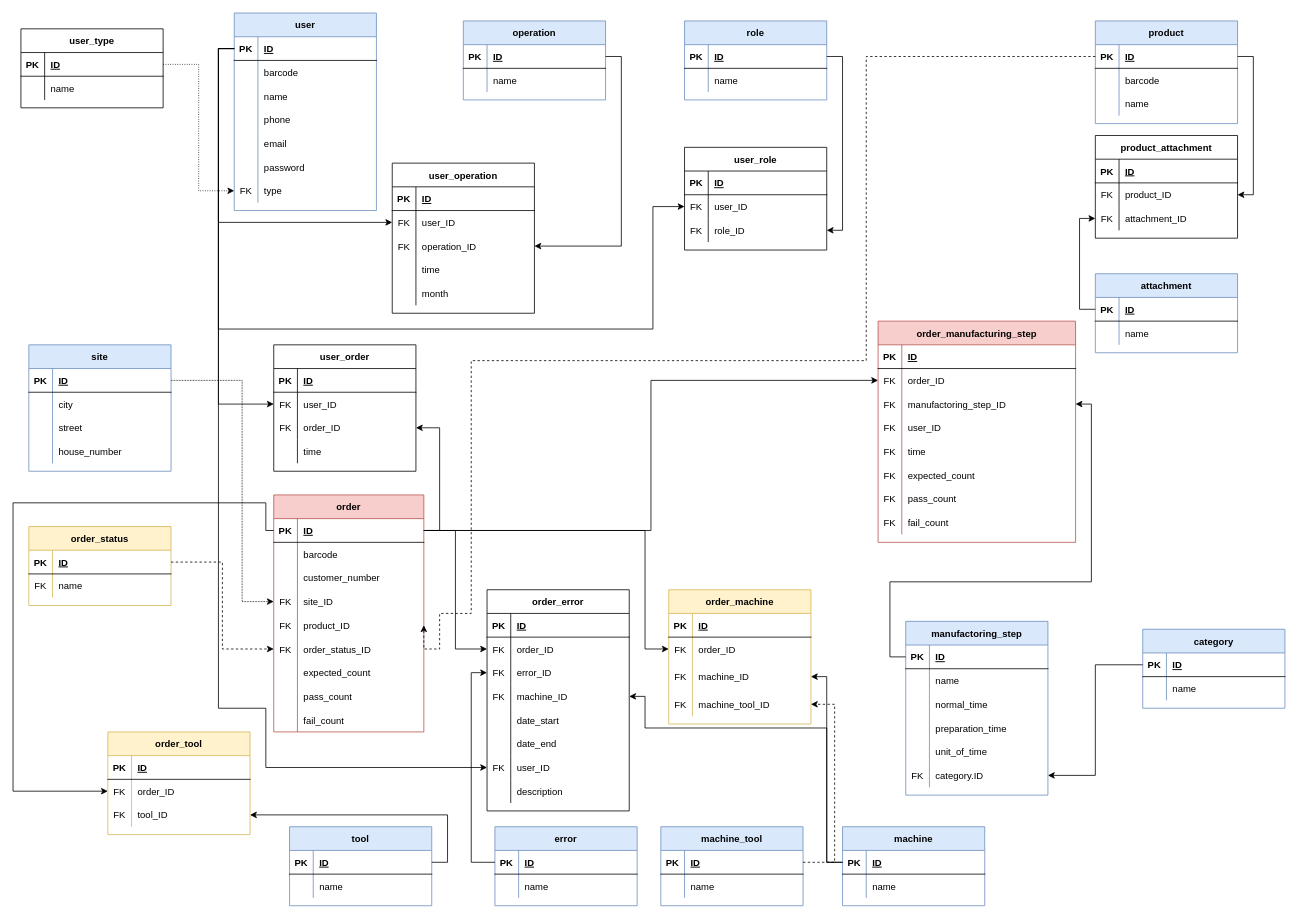
Before: DOC/diagrams/database_plan_2_0_0.drawio in KerteszZoltan/mesterminal, a draw.io diagram. Source tidied: cells renumbered, new cells numbered last; positions are measured from the earlier drawing's top-left corner, leaving out a move shared by most shapes. Both pictures are drawn from the tidied source at 79%, with x=0, y=0 at pixel (13, 13).
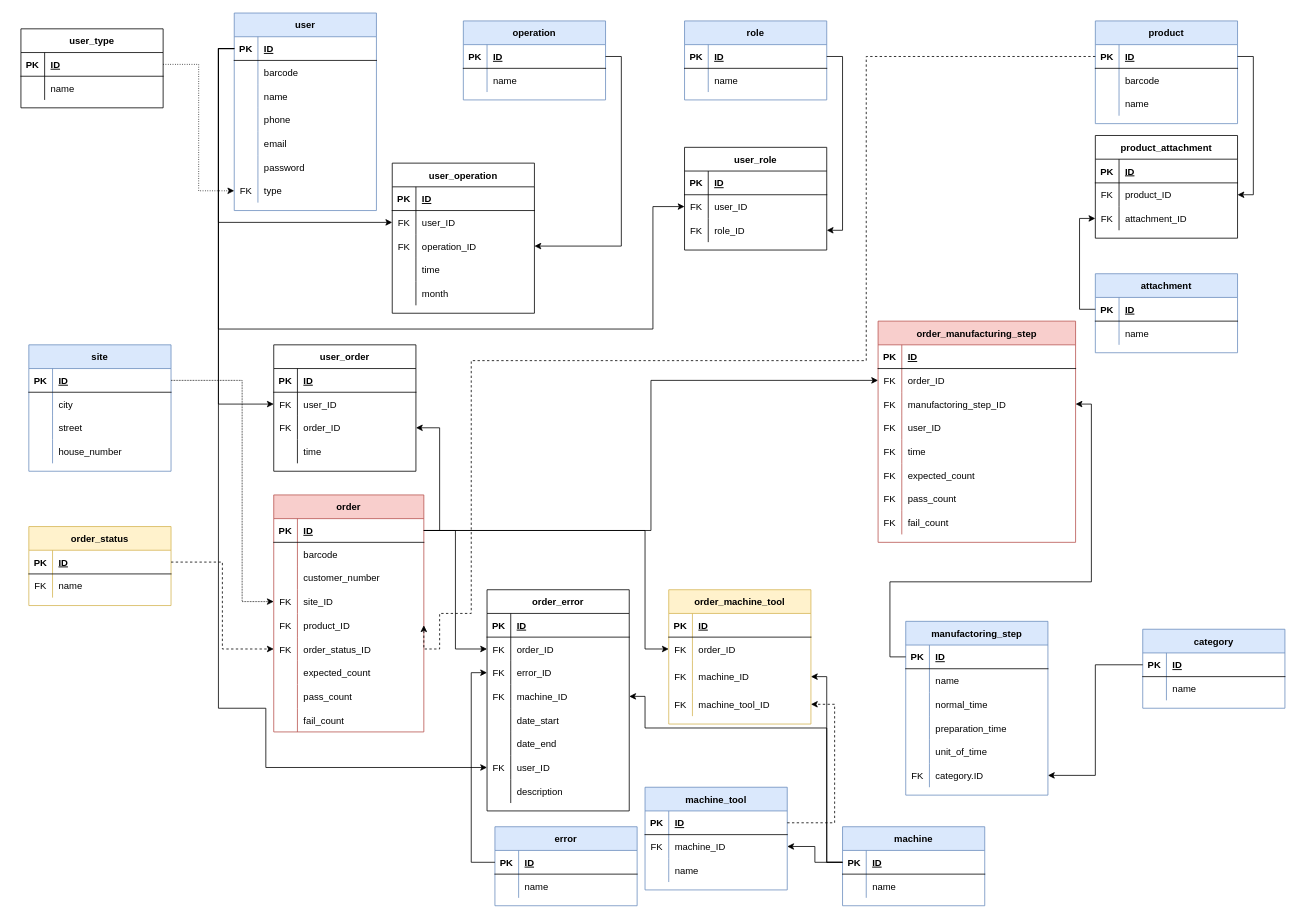
The same page after the edit.

Commit message:
order_machine_tool,  tool-> machine_tool

Unchanged cells that the change refers to:
```xml
<mxCell id="69" style="shape=partialRectangle;fillColor=none;top=0;left=0;bottom=1;right=0;points=[[0,0.5],[1,0.5]];portConstraint=eastwest;" parent="68" vertex="1">
  <mxGeometry y="30" width="190" height="30" as="geometry" />
</mxCell>
<mxCell id="165" style="shape=partialRectangle;fillColor=none;top=0;left=0;bottom=1;right=0;points=[[0,0.5],[1,0.5]];portConstraint=eastwest;" parent="164" vertex="1">
  <mxGeometry y="30" width="180" height="30" as="geometry" />
</mxCell>
<mxCell id="181" style="shape=partialRectangle;fillColor=none;top=0;left=0;bottom=0;right=0;points=[[0,0.5],[1,0.5]];portConstraint=eastwest;" parent="171" vertex="1">
  <mxGeometry y="130" width="180" height="30" as="geometry" />
</mxCell>
<mxCell id="292" style="shape=partialRectangle;fillColor=none;top=0;left=0;bottom=1;right=0;points=[[0,0.5],[1,0.5]];portConstraint=eastwest;" parent="291" vertex="1">
  <mxGeometry y="30" width="180" height="30" as="geometry" />
</mxCell>
<mxCell id="295" style="shape=partialRectangle;fillColor=none;top=0;left=0;bottom=0;right=0;points=[[0,0.5],[1,0.5]];portConstraint=eastwest;" parent="291" vertex="1">
  <mxGeometry y="60" width="180" height="30" as="geometry" />
</mxCell>
```

Change to the diagram source:
```diff
@@
-    <mxCell id="111" value="tool" style="shape=table;startSize=30;childLayout=tableLayout;rowLines=0;fontStyle=1;align=center;fillColor=#dae8fc;strokeColor=#6c8ebf;" parent="1" vertex="1">
-      <mxGeometry x="350" y="1030" width="180" height="100" as="geometry" />
-    </mxCell>
-    <mxCell id="112" style="shape=partialRectangle;fillColor=none;top=0;left=0;bottom=1;right=0;points=[[0,0.5],[1,0.5]];portConstraint=eastwest;" parent="111" vertex="1">
-      <mxGeometry y="30" width="180" height="30" as="geometry" />
-    </mxCell>
-    <mxCell id="113" value="PK" style="shape=partialRectangle;fillColor=none;top=0;left=0;bottom=0;right=0;fontStyle=1;overflow=hidden;" parent="112" vertex="1">
-      <mxGeometry width="30" height="30" as="geometry" />
-    </mxCell>
-    <mxCell id="114" value="ID" style="shape=partialRectangle;fillColor=none;top=0;left=0;bottom=0;right=0;align=left;spacingLeft=6;fontStyle=5;overflow=hidden;" parent="112" vertex="1">
-      <mxGeometry x="30" width="150" height="30" as="geometry" />
-    </mxCell>
-    <mxCell id="115" style="shape=partialRectangle;fillColor=none;top=0;left=0;bottom=0;right=0;" parent="111" vertex="1">
-      <mxGeometry y="60" width="180" height="30" as="geometry" />
-    </mxCell>
-    <mxCell id="116" style="shape=partialRectangle;fillColor=none;top=0;left=0;bottom=0;right=0;overflow=hidden;" parent="115" vertex="1">
-      <mxGeometry width="30" height="30" as="geometry" />
-    </mxCell>
-    <mxCell id="117" value="name" style="shape=partialRectangle;fillColor=none;top=0;left=0;bottom=0;right=0;align=left;spacingLeft=6;overflow=hidden;" parent="115" vertex="1">
-      <mxGeometry x="30" width="150" height="30" as="geometry" />
-    </mxCell>
-    <mxCell id="118" value="order_tool" style="shape=table;startSize=30;childLayout=tableLayout;rowLines=0;fontStyle=1;align=center;fillColor=#fff2cc;strokeColor=#d6b656;" parent="1" vertex="1">
-      <mxGeometry x="120" y="910" width="180" height="130" as="geometry" />
-    </mxCell>
-    <mxCell id="119" style="shape=partialRectangle;fillColor=none;top=0;left=0;bottom=1;right=0;" parent="118" vertex="1">
-      <mxGeometry y="30" width="180" height="30" as="geometry" />
-    </mxCell>
-    <mxCell id="120" value="PK" style="shape=partialRectangle;fillColor=none;top=0;left=0;bottom=0;right=0;fontStyle=1;overflow=hidden;" parent="119" vertex="1">
-      <mxGeometry width="30" height="30" as="geometry" />
-    </mxCell>
-    <mxCell id="121" value="ID" style="shape=partialRectangle;fillColor=none;top=0;left=0;bottom=0;right=0;align=left;spacingLeft=6;fontStyle=5;overflow=hidden;" parent="119" vertex="1">
-      <mxGeometry x="30" width="150" height="30" as="geometry" />
-    </mxCell>
-    <mxCell id="122" style="shape=partialRectangle;fillColor=none;top=0;left=0;bottom=0;right=0;points=[[0,0.5],[1,0.5]];portConstraint=eastwest;" parent="118" vertex="1">
-      <mxGeometry y="60" width="180" height="30" as="geometry" />
-    </mxCell>
-    <mxCell id="123" value="FK" style="shape=partialRectangle;fillColor=none;top=0;left=0;bottom=0;right=0;overflow=hidden;" parent="122" vertex="1">
-      <mxGeometry width="30" height="30" as="geometry" />
-    </mxCell>
-    <mxCell id="124" value="order_ID" style="shape=partialRectangle;fillColor=none;top=0;left=0;bottom=0;right=0;align=left;spacingLeft=6;overflow=hidden;" parent="122" vertex="1">
-      <mxGeometry x="30" width="150" height="30" as="geometry" />
-    </mxCell>
-    <mxCell id="125" style="shape=partialRectangle;fillColor=none;top=0;left=0;bottom=0;right=0;points=[[0,0.5],[1,0.5]];portConstraint=eastwest;" parent="118" vertex="1">
-      <mxGeometry y="90" width="180" height="30" as="geometry" />
-    </mxCell>
-    <mxCell id="126" value="FK" style="shape=partialRectangle;fillColor=none;top=0;left=0;bottom=0;right=0;overflow=hidden;" parent="125" vertex="1">
-      <mxGeometry width="30" height="30" as="geometry" />
-    </mxCell>
-    <mxCell id="127" value="tool_ID" style="shape=partialRectangle;fillColor=none;top=0;left=0;bottom=0;right=0;align=left;spacingLeft=6;overflow=hidden;" parent="125" vertex="1">
-      <mxGeometry x="30" width="150" height="30" as="geometry" />
-    </mxCell>
-    <mxCell id="128" style="edgeStyle=orthogonalEdgeStyle;rounded=0;jettySize=auto;html=1;exitX=0;exitY=0.5;exitDx=0;exitDy=0;entryX=0;entryY=0.5;entryDx=0;entryDy=0;" parent="1" edge="1" source="69" target="122">
-      <mxGeometry relative="1" as="geometry">
-        <Array as="points">
-          <mxPoint x="320" y="655" />
-          <mxPoint x="320" y="620" />
-          <mxPoint y="620" />
-          <mxPoint y="985" />
-        </Array>
-      </mxGeometry>
-    </mxCell>
-    <mxCell id="129" style="edgeStyle=orthogonalEdgeStyle;rounded=0;jettySize=auto;html=1;exitX=1;exitY=0.5;exitDx=0;exitDy=0;entryX=1;entryY=0.5;entryDx=0;entryDy=0;" parent="1" edge="1" source="112" target="125">
-      <mxGeometry relative="1" as="geometry" />
-    </mxCell>
@@
-    <mxCell id="171" value="order_machine" style="shape=table;startSize=30;childLayout=tableLayout;rowLines=0;fontStyle=1;align=center;fillColor=#fff2cc;strokeColor=#d6b656;" parent="1" vertex="1">
+    <mxCell id="171" value="order_machine_tool" style="shape=table;startSize=30;childLayout=tableLayout;rowLines=0;fontStyle=1;align=center;fillColor=#fff2cc;strokeColor=#d6b656;" parent="1" vertex="1">
       <mxGeometry x="830" y="730" width="180" height="170" as="geometry" />
     </mxCell>
@@
     <mxCell id="291" value="machine_tool" style="shape=table;startSize=30;childLayout=tableLayout;rowLines=0;fontStyle=1;align=center;fillColor=#dae8fc;strokeColor=#6c8ebf;" parent="1" vertex="1">
-      <mxGeometry x="820" y="1030" width="180" height="100" as="geometry" />
+      <mxGeometry x="800" y="980" width="180" height="130" as="geometry" />
     </mxCell>
@@
-    <mxCell id="296" style="shape=partialRectangle;fillColor=none;top=0;left=0;bottom=0;right=0;overflow=hidden;" parent="295" vertex="1">
+    <mxCell id="296" value="FK" style="shape=partialRectangle;fillColor=none;top=0;left=0;bottom=0;right=0;overflow=hidden;" parent="295" vertex="1">
       <mxGeometry width="30" height="30" as="geometry" />
     </mxCell>
-    <mxCell id="297" value="name" style="shape=partialRectangle;fillColor=none;top=0;left=0;bottom=0;right=0;align=left;spacingLeft=6;overflow=hidden;" parent="295" vertex="1">
+    <mxCell id="297" value="machine_ID" style="shape=partialRectangle;fillColor=none;top=0;left=0;bottom=0;right=0;align=left;spacingLeft=6;overflow=hidden;" parent="295" vertex="1">
       <mxGeometry x="30" width="150" height="30" as="geometry" />
     </mxCell>
+    <mxCell id="125" style="shape=partialRectangle;fillColor=none;top=0;left=0;bottom=0;right=0;points=[[0,0.5],[1,0.5]];portConstraint=eastwest;" parent="291" vertex="1">
+      <mxGeometry y="90" width="180" height="30" as="geometry" />
+    </mxCell>
+    <mxCell id="116" style="shape=partialRectangle;fillColor=none;top=0;left=0;bottom=0;right=0;overflow=hidden;" parent="125" vertex="1">
+      <mxGeometry width="30" height="30" as="geometry" />
+    </mxCell>
+    <mxCell id="117" value="name" style="shape=partialRectangle;fillColor=none;top=0;left=0;bottom=0;right=0;align=left;spacingLeft=6;overflow=hidden;" parent="125" vertex="1">
+      <mxGeometry x="30" width="150" height="30" as="geometry" />
+    </mxCell>
@@
     <mxCell id="299" style="edgeStyle=orthogonalEdgeStyle;rounded=0;jettySize=auto;html=1;exitX=1;exitY=0.5;exitDx=0;exitDy=0;entryX=1;entryY=0.5;entryDx=0;entryDy=0;dashed=1;" parent="1" edge="1" source="292" target="181">
       <mxGeometry relative="1" as="geometry">
         <Array as="points">
-          <mxPoint x="1040" y="1075" />
+          <mxPoint x="1040" y="1025" />
           <mxPoint x="1040" y="875" />
         </Array>
       </mxGeometry>
     </mxCell>
@@
+    <mxCell id="310" style="edgeStyle=orthogonalEdgeStyle;rounded=0;jettySize=auto;html=1;exitX=0;exitY=0.5;exitDx=0;exitDy=0;" parent="1" edge="1" source="165" target="295">
+      <mxGeometry relative="1" as="geometry" />
+    </mxCell>
```
